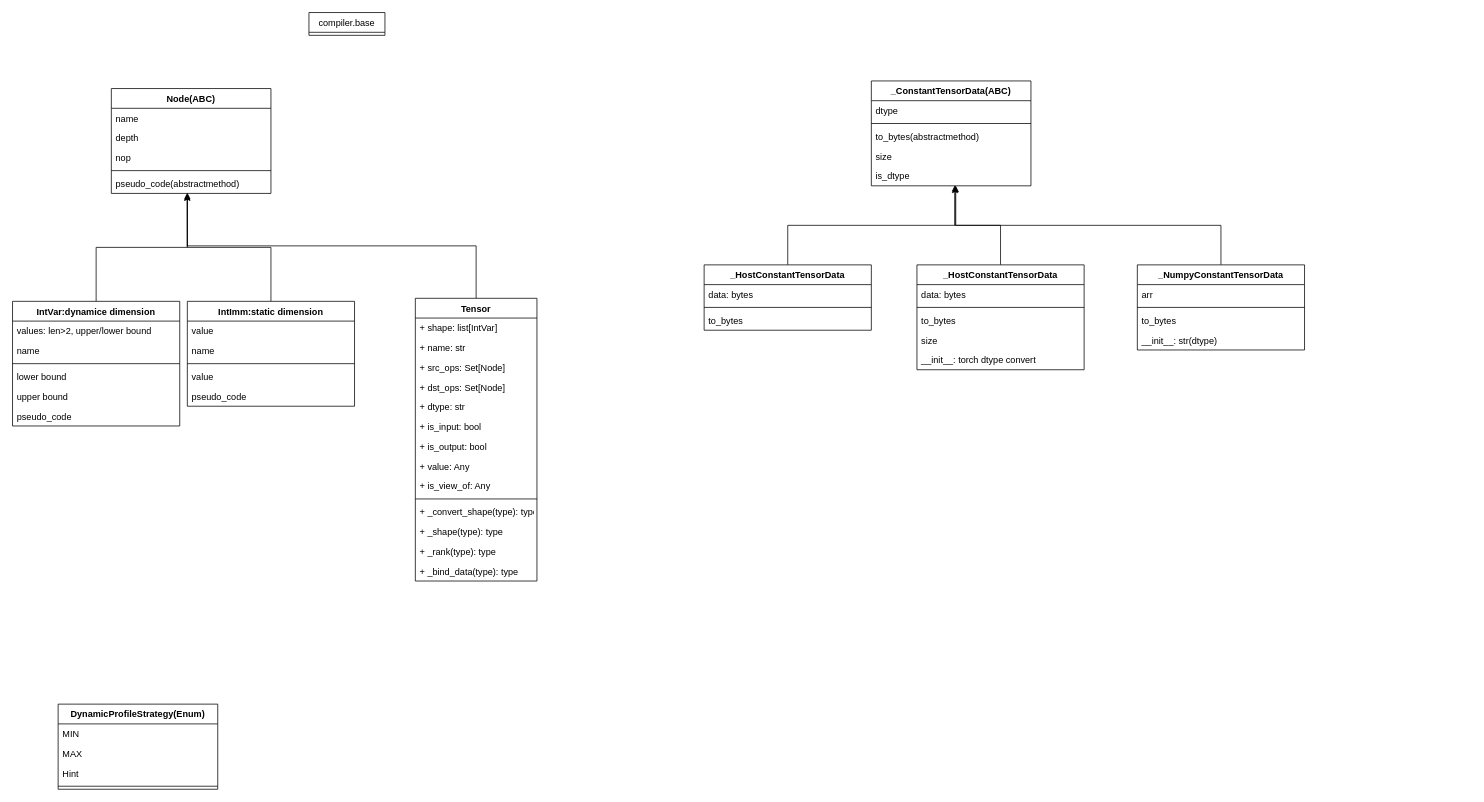
shaojiewang/ait_learn keeps this draw.io diagram as page "compiler.base" (2 of 2) of ait code learn.drawio. Above is the earlier version. Source tidied: cells renumbered, new cells numbered last; positions are measured from the earlier drawing's top-left corner, leaving out a move shared by most shapes. Both pictures are drawn from the tidied source at 76%, with x=0, y=0 at pixel (12, 12).
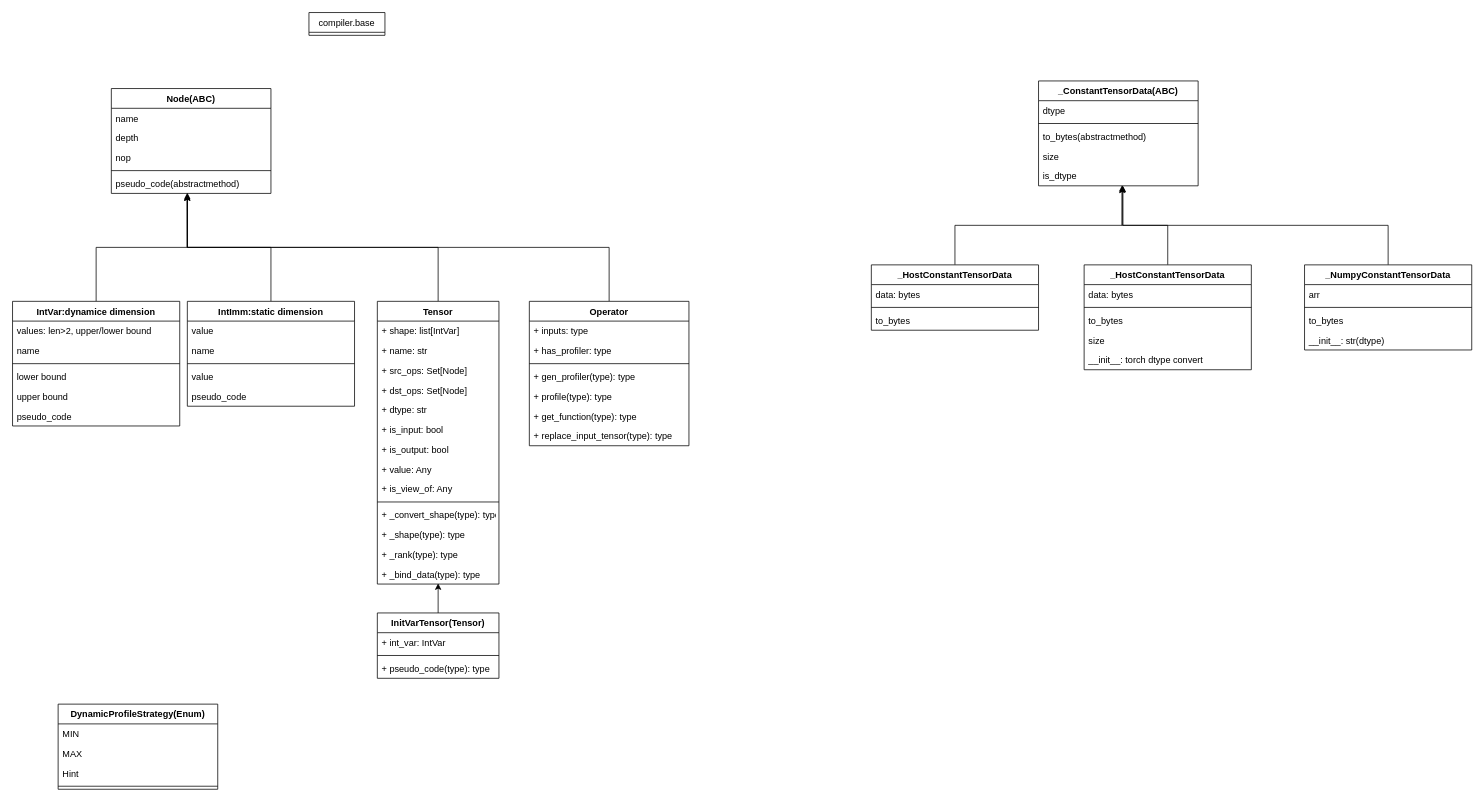
Above is the later version.

Unchanged cells that the change refers to:
```xml
<mxCell id="8" value="pseudo_code(abstractmethod)" style="text;strokeColor=none;fillColor=none;align=left;verticalAlign=top;spacingLeft=4;spacingRight=4;overflow=hidden;points=[[0,0.5],[1,0.5]];portConstraint=eastwest;" parent="3" vertex="1">
  <mxGeometry y="112" width="210" height="26" as="geometry" />
</mxCell>
<mxCell id="63" value="+ _bind_data(type): type" style="text;strokeColor=none;fillColor=none;align=left;verticalAlign=top;spacingLeft=4;spacingRight=4;overflow=hidden;points=[[0,0.5],[1,0.5]];portConstraint=eastwest;" parent="49" vertex="1">
  <mxGeometry y="346" width="160" height="26" as="geometry" />
</mxCell>
```

Diff of the diagram source:
```diff
@@
     <mxCell id="24" value="_ConstantTensorData(ABC)" style="swimlane;fontStyle=1;align=center;verticalAlign=top;horizontal=1;startSize=26;" parent="1" vertex="1">
-      <mxGeometry x="1130" y="90" width="210" height="138" as="geometry" />
+      <mxGeometry x="1350" y="90" width="210" height="138" as="geometry" />
     </mxCell>
@@
     <mxCell id="31" value="_HostConstantTensorData" style="swimlane;fontStyle=1;align=center;verticalAlign=top;horizontal=1;startSize=26;" parent="1" vertex="1">
-      <mxGeometry x="910" y="332" width="220" height="86" as="geometry" />
+      <mxGeometry x="1130" y="332" width="220" height="86" as="geometry" />
     </mxCell>
@@
     <mxCell id="36" value="_HostConstantTensorData" style="swimlane;fontStyle=1;align=center;verticalAlign=top;horizontal=1;startSize=26;" parent="1" vertex="1">
-      <mxGeometry x="1190" y="332" width="220" height="138" as="geometry" />
+      <mxGeometry x="1410" y="332" width="220" height="138" as="geometry" />
     </mxCell>
@@
     <mxCell id="43" value="_NumpyConstantTensorData" style="swimlane;fontStyle=1;align=center;verticalAlign=top;horizontal=1;startSize=26;" parent="1" vertex="1">
-      <mxGeometry x="1480" y="332" width="220" height="112" as="geometry" />
+      <mxGeometry x="1700" y="332" width="220" height="112" as="geometry" />
     </mxCell>
@@
     <mxCell id="49" value="Tensor" style="swimlane;fontStyle=1;align=center;verticalAlign=top;horizontal=1;startSize=26;" parent="1" vertex="1">
-      <mxGeometry x="530" y="376" width="160" height="372" as="geometry" />
+      <mxGeometry x="480" y="380" width="160" height="372" as="geometry" />
     </mxCell>
@@
+    <mxCell id="69" style="edgeStyle=orthogonalEdgeStyle;rounded=0;jettySize=auto;html=1;exitX=0.5;exitY=0;exitDx=0;exitDy=0;entryX=0.5;entryY=0.962;entryDx=0;entryDy=0;entryPerimeter=0;" parent="1" edge="1" source="70" target="63">
+      <mxGeometry relative="1" as="geometry" />
+    </mxCell>
+    <mxCell id="70" value="InitVarTensor(Tensor)" style="swimlane;fontStyle=1;align=center;verticalAlign=top;horizontal=1;startSize=26;" parent="1" vertex="1">
+      <mxGeometry x="480" y="790" width="160" height="86" as="geometry" />
+    </mxCell>
+    <mxCell id="71" value="+ int_var: IntVar" style="text;strokeColor=none;fillColor=none;align=left;verticalAlign=top;spacingLeft=4;spacingRight=4;overflow=hidden;" parent="70" vertex="1">
+      <mxGeometry y="26" width="160" height="26" as="geometry" />
+    </mxCell>
+    <mxCell id="72" style="line;strokeWidth=1;fillColor=none;align=left;verticalAlign=middle;spacingTop=-1;spacingLeft=3;spacingRight=3;labelPosition=right;strokeColor=inherit;" parent="70" vertex="1">
+      <mxGeometry y="52" width="160" height="8" as="geometry" />
+    </mxCell>
+    <mxCell id="73" value="+ pseudo_code(type): type" style="text;strokeColor=none;fillColor=none;align=left;verticalAlign=top;spacingLeft=4;spacingRight=4;overflow=hidden;" parent="70" vertex="1">
+      <mxGeometry y="60" width="160" height="26" as="geometry" />
+    </mxCell>
+    <mxCell id="74" style="edgeStyle=orthogonalEdgeStyle;rounded=0;jettySize=auto;html=1;exitX=0.5;exitY=0;exitDx=0;exitDy=0;entryX=0.476;entryY=1.038;entryDx=0;entryDy=0;entryPerimeter=0;" parent="1" edge="1" source="75" target="8">
+      <mxGeometry relative="1" as="geometry" />
+    </mxCell>
+    <mxCell id="75" value="Operator" style="swimlane;fontStyle=1;align=center;verticalAlign=top;horizontal=1;startSize=26;" parent="1" vertex="1">
+      <mxGeometry x="680" y="380" width="210" height="190" as="geometry" />
+    </mxCell>
+    <mxCell id="76" value="+ inputs: type" style="text;strokeColor=none;fillColor=none;align=left;verticalAlign=top;spacingLeft=4;spacingRight=4;overflow=hidden;" parent="75" vertex="1">
+      <mxGeometry y="26" width="210" height="26" as="geometry" />
+    </mxCell>
+    <mxCell id="77" value="+ has_profiler: type" style="text;strokeColor=none;fillColor=none;align=left;verticalAlign=top;spacingLeft=4;spacingRight=4;overflow=hidden;" parent="75" vertex="1">
+      <mxGeometry y="52" width="210" height="26" as="geometry" />
+    </mxCell>
+    <mxCell id="78" style="line;strokeWidth=1;fillColor=none;align=left;verticalAlign=middle;spacingTop=-1;spacingLeft=3;spacingRight=3;labelPosition=right;strokeColor=inherit;" parent="75" vertex="1">
+      <mxGeometry y="78" width="210" height="8" as="geometry" />
+    </mxCell>
+    <mxCell id="79" value="+ gen_profiler(type): type" style="text;strokeColor=none;fillColor=none;align=left;verticalAlign=top;spacingLeft=4;spacingRight=4;overflow=hidden;" parent="75" vertex="1">
+      <mxGeometry y="86" width="210" height="26" as="geometry" />
+    </mxCell>
+    <mxCell id="80" value="+ profile(type): type" style="text;strokeColor=none;fillColor=none;align=left;verticalAlign=top;spacingLeft=4;spacingRight=4;overflow=hidden;" parent="75" vertex="1">
+      <mxGeometry y="112" width="210" height="26" as="geometry" />
+    </mxCell>
+    <mxCell id="81" value="+ get_function(type): type" style="text;strokeColor=none;fillColor=none;align=left;verticalAlign=top;spacingLeft=4;spacingRight=4;overflow=hidden;" parent="75" vertex="1">
+      <mxGeometry y="138" width="210" height="26" as="geometry" />
+    </mxCell>
+    <mxCell id="82" value="+ replace_input_tensor(type): type" style="text;strokeColor=none;fillColor=none;align=left;verticalAlign=top;spacingLeft=4;spacingRight=4;overflow=hidden;" parent="75" vertex="1">
+      <mxGeometry y="164" width="210" height="26" as="geometry" />
+    </mxCell>
```
